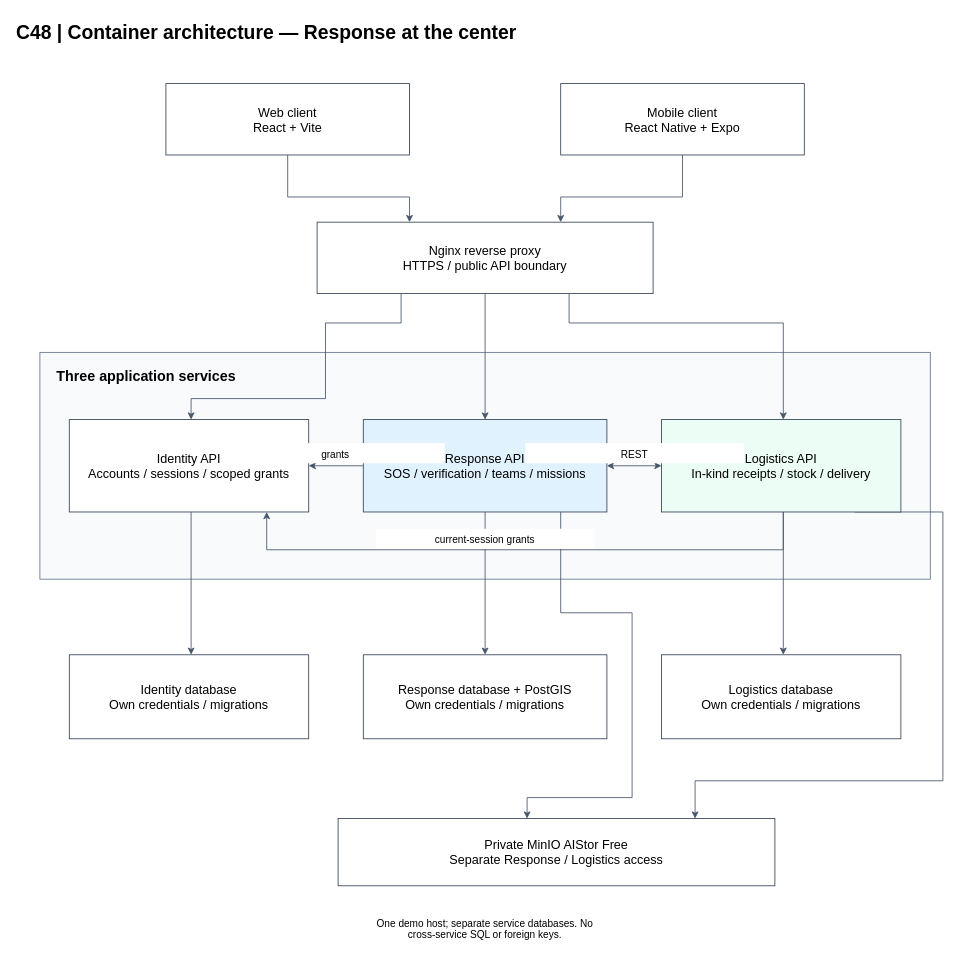
This is docs/diagrams/c48-container-architecture.drawio from sangvirgo/disaster-relief-management, a draw.io file, before an edit. Source tidied: cells renumbered, new cells numbered last; positions are measured from the earlier drawing's top-left corner, leaving out a move shared by most shapes. Both pictures are drawn from the tidied source at 84%, with x=0, y=0 at pixel (14, 14).
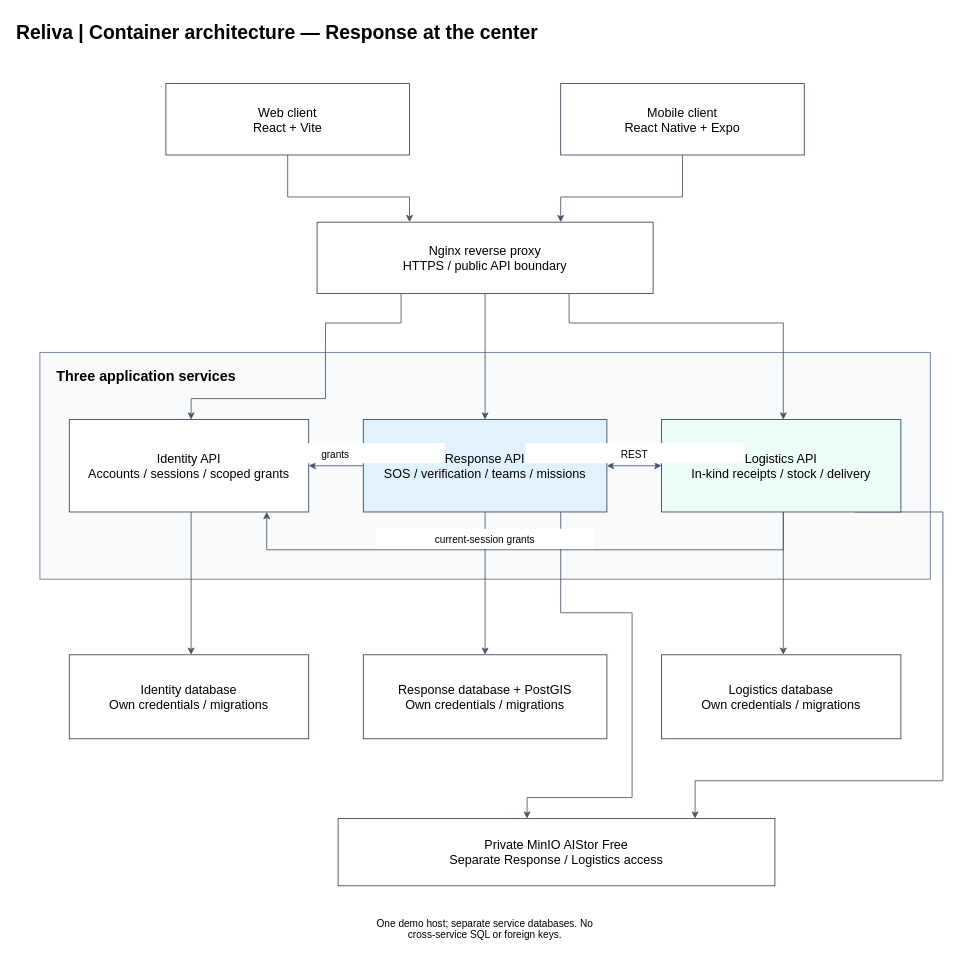
After the change.

Change to the diagram source:
```diff
@@
-    <mxCell id="2" value="C48 | Container architecture — Response at the center" style="text;html=0;fontSize=23;fontStyle=1;align=left;strokeColor=none;fillColor=none;" parent="1" vertex="1">
+    <mxCell id="2" value="Reliva | Container architecture — Response at the center" style="text;html=0;fontSize=23;fontStyle=1;align=left;strokeColor=none;fillColor=none;" parent="1" vertex="1">
       <mxGeometry width="1120" height="45" as="geometry" />
     </mxCell>
```
